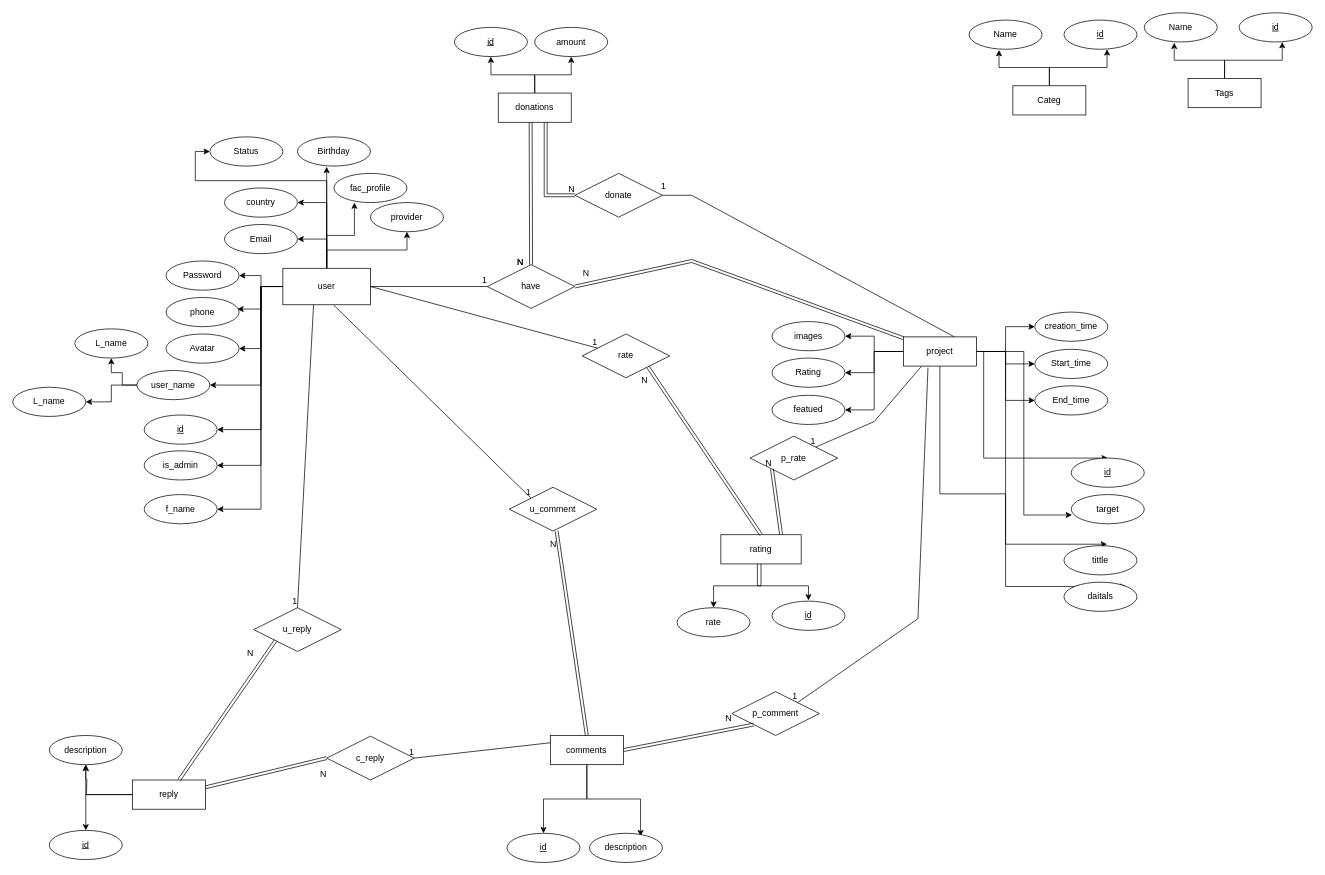
Earlier version of the draw.io diagram Untitled Diagram.drawio (amrhassan93/support). Source tidied: cells renumbered, new cells numbered last; positions are measured from the earlier drawing's top-left corner, leaving out a move shared by most shapes. Both pictures are drawn from the tidied source at 73%, with x=0, y=0 at pixel (12, 12).
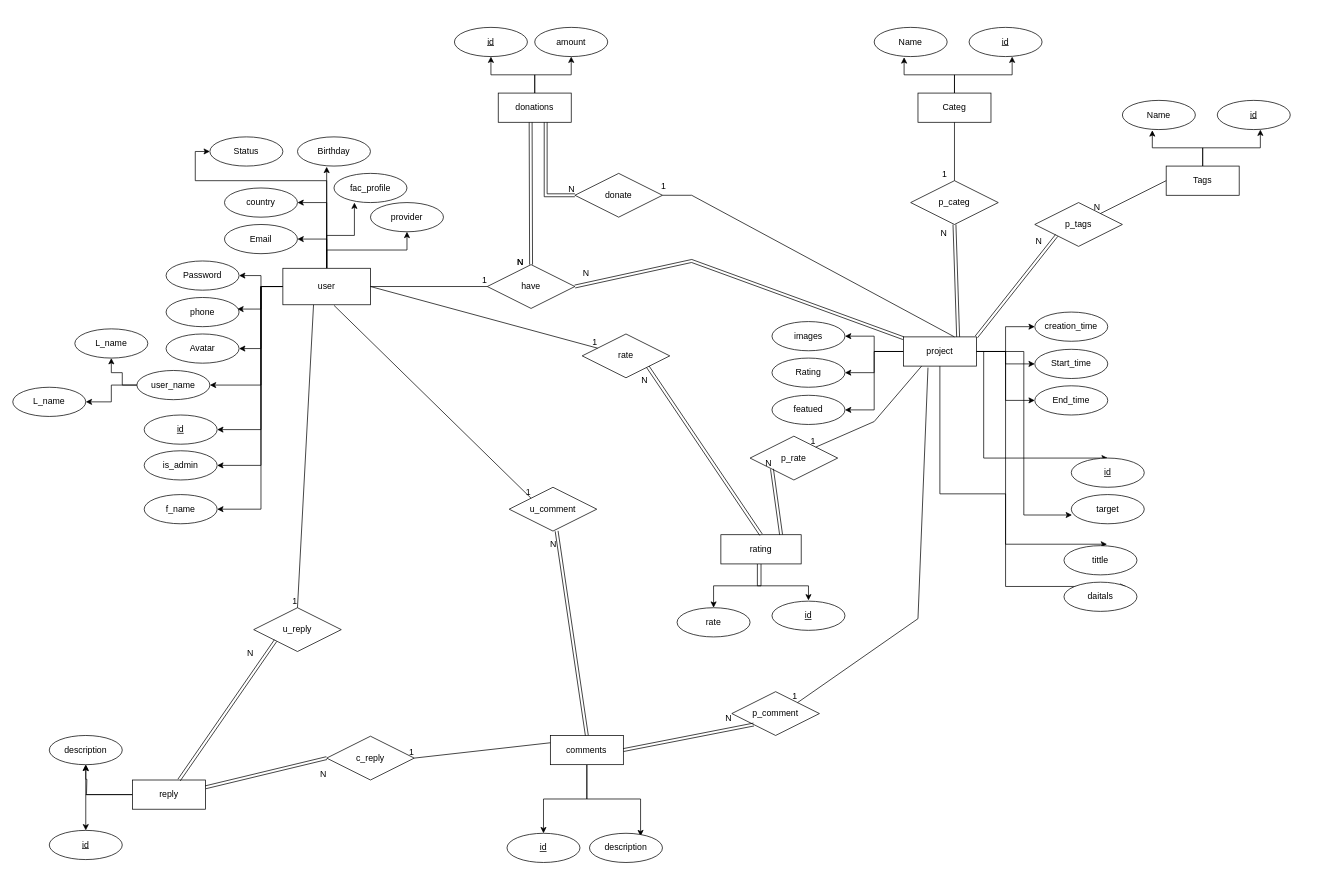
After the change.

Commit message:
finish erd (7mbozo)

The change refers to these unchanged cells:
```xml
<mxCell id="68" value="project" style="whiteSpace=wrap;html=1;align=center;" parent="1" vertex="1">
  <mxGeometry x="1220" y="444" width="100" height="40" as="geometry" />
</mxCell>
```

Change to the diagram source:
```diff
@@
     <mxCell id="32" value="Categ" style="whiteSpace=wrap;html=1;align=center;" parent="1" vertex="1">
-      <mxGeometry x="1370" y="100" width="100" height="40" as="geometry" />
+      <mxGeometry x="1240" y="110" width="100" height="40" as="geometry" />
     </mxCell>
     <mxCell id="33" value="id" style="ellipse;whiteSpace=wrap;html=1;align=center;fontStyle=4;" parent="1" vertex="1">
-      <mxGeometry x="1440" y="10" width="100" height="40" as="geometry" />
+      <mxGeometry x="1310" y="20" width="100" height="40" as="geometry" />
     </mxCell>
     <mxCell id="34" value="Name" style="ellipse;whiteSpace=wrap;html=1;align=center;" parent="1" vertex="1">
-      <mxGeometry x="1310" y="10" width="100" height="40" as="geometry" />
+      <mxGeometry x="1180" y="20" width="100" height="40" as="geometry" />
     </mxCell>
@@
     <mxCell id="37" value="Tags" style="whiteSpace=wrap;html=1;align=center;" parent="1" vertex="1">
-      <mxGeometry x="1610" y="90" width="100" height="40" as="geometry" />
+      <mxGeometry x="1580" y="210" width="100" height="40" as="geometry" />
     </mxCell>
     <mxCell id="38" value="id" style="ellipse;whiteSpace=wrap;html=1;align=center;fontStyle=4;" parent="1" vertex="1">
-      <mxGeometry x="1680" width="100" height="40" as="geometry" />
+      <mxGeometry x="1650" y="120" width="100" height="40" as="geometry" />
     </mxCell>
     <mxCell id="39" value="Name" style="ellipse;whiteSpace=wrap;html=1;align=center;" parent="1" vertex="1">
-      <mxGeometry x="1550" width="100" height="40" as="geometry" />
+      <mxGeometry x="1520" y="120" width="100" height="40" as="geometry" />
     </mxCell>
@@
+    <mxCell id="128" value="p_categ" style="shape=rhombus;perimeter=rhombusPerimeter;whiteSpace=wrap;html=1;align=center;" parent="1" vertex="1">
+      <mxGeometry x="1230" y="230" width="120" height="60" as="geometry" />
+    </mxCell>
+    <mxCell id="129" value="p_tags" style="shape=rhombus;perimeter=rhombusPerimeter;whiteSpace=wrap;html=1;align=center;" parent="1" vertex="1">
+      <mxGeometry x="1400" y="260" width="120" height="60" as="geometry" />
+    </mxCell>
+    <mxCell id="130" style="endArrow=none;html=1;rounded=0;exitX=0.5;exitY=1;exitDx=0;exitDy=0;" parent="1" edge="1" source="32" target="128">
+      <mxGeometry relative="1" as="geometry" />
+    </mxCell>
+    <mxCell id="131" value="1" style="html=1;align=right;verticalAlign=bottom;" parent="130" vertex="1">
+      <mxGeometry x="1" relative="1" as="geometry">
+        <mxPoint x="-10" as="offset" />
+      </mxGeometry>
+    </mxCell>
+    <mxCell id="132" style="shape=link;html=1;rounded=0;exitX=0.75;exitY=0;exitDx=0;exitDy=0;entryX=0.5;entryY=1;entryDx=0;entryDy=0;" parent="1" edge="1" source="68" target="128">
+      <mxGeometry relative="1" as="geometry" />
+    </mxCell>
+    <mxCell id="133" value="N" style="html=1;align=right;verticalAlign=bottom;" parent="1" vertex="1">
+      <mxGeometry x="1280" y="310" as="geometry" />
+    </mxCell>
+    <mxCell id="134" style="shape=link;html=1;rounded=0;entryX=0;entryY=1;entryDx=0;entryDy=0;exitX=1;exitY=0;exitDx=0;exitDy=0;" parent="1" edge="1" source="68" target="129">
+      <mxGeometry relative="1" as="geometry" />
+    </mxCell>
+    <mxCell id="135" value="N" style="html=1;align=right;verticalAlign=bottom;" parent="134" vertex="1">
+      <mxGeometry x="1" relative="1" as="geometry">
+        <mxPoint x="-20.2" y="15.3" as="offset" />
+      </mxGeometry>
+    </mxCell>
+    <mxCell id="136" style="endArrow=none;html=1;rounded=0;exitX=0;exitY=0.5;exitDx=0;exitDy=0;" parent="1" edge="1" source="37" target="129">
+      <mxGeometry relative="1" as="geometry" />
+    </mxCell>
+    <mxCell id="137" value="N" style="html=1;align=right;verticalAlign=bottom;" parent="136" vertex="1">
+      <mxGeometry x="1" relative="1" as="geometry" />
+    </mxCell>
```
